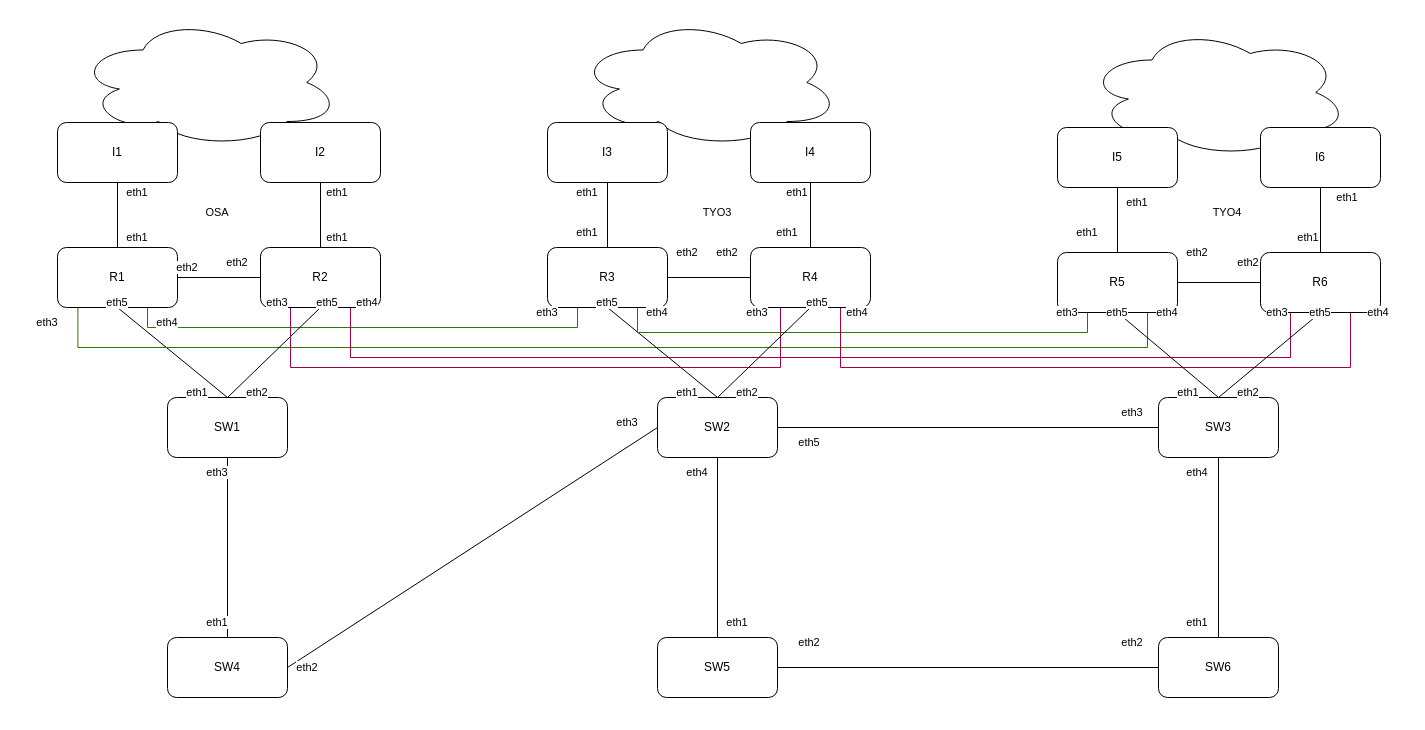
This is FULL_INTERNET/Diagram.drawio from jiegitrepo/network_container_lab, a draw.io file, before an edit. Source tidied: cells renumbered, new cells numbered last; positions are measured from the earlier drawing's top-left corner, leaving out a move shared by most shapes. Both pictures are drawn from the tidied source at 100%, with x=0, y=0 at pixel (17, 17).
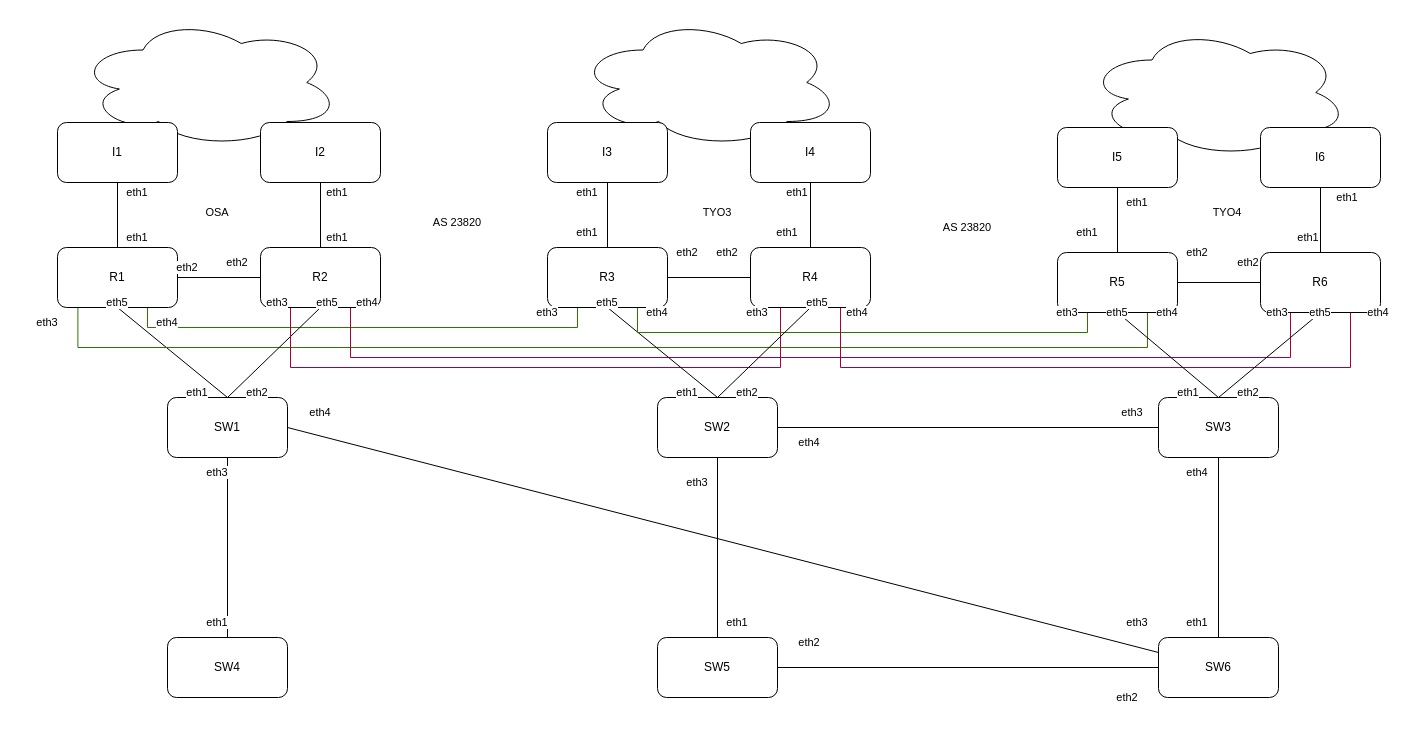
The same page after the edit.

The change refers to these unchanged cells:
```xml
<mxCell id="12" value="SW4" style="rounded=1;whiteSpace=wrap;html=1;" parent="1" vertex="1">
  <mxGeometry x="150" y="620" width="120" height="60" as="geometry" />
</mxCell>
<mxCell id="14" value="SW1" style="rounded=1;whiteSpace=wrap;html=1;" parent="1" vertex="1">
  <mxGeometry x="150" y="380" width="120" height="60" as="geometry" />
</mxCell>
<mxCell id="24" value="SW2" style="rounded=1;whiteSpace=wrap;html=1;" parent="1" vertex="1">
  <mxGeometry x="640" y="380" width="120" height="60" as="geometry" />
</mxCell>
<mxCell id="34" value="SW6" style="rounded=1;whiteSpace=wrap;html=1;" parent="1" vertex="1">
  <mxGeometry x="1141" y="620" width="120" height="60" as="geometry" />
</mxCell>
```

Diff of the diagram source:
```diff
@@
-    <mxCell id="11" style="edgeStyle=none;shape=connector;rounded=0;jettySize=auto;html=1;exitX=1;exitY=0.5;exitDx=0;exitDy=0;entryX=0;entryY=0.5;entryDx=0;entryDy=0;strokeColor=default;align=center;verticalAlign=middle;fontFamily=Helvetica;fontSize=11;fontColor=default;labelBackgroundColor=default;endArrow=none;endFill=0;" parent="1" edge="1" source="12" target="24">
-      <mxGeometry relative="1" as="geometry" />
-    </mxCell>
@@
+    <mxCell id="107" style="shape=connector;rounded=0;jettySize=auto;html=1;exitX=1;exitY=0.5;exitDx=0;exitDy=0;strokeColor=default;align=center;verticalAlign=middle;fontFamily=Helvetica;fontSize=11;fontColor=default;labelBackgroundColor=default;endArrow=none;endFill=0;entryX=0;entryY=0.25;entryDx=0;entryDy=0;" parent="1" edge="1" source="14" target="34">
+      <mxGeometry relative="1" as="geometry" />
+    </mxCell>
@@
-    <mxCell id="80" value="eth4" style="text;html=1;whiteSpace=wrap;strokeColor=none;fillColor=none;align=center;verticalAlign=middle;rounded=0;fontFamily=Helvetica;fontSize=11;fontColor=default;labelBackgroundColor=default;rotation=0;" parent="1" vertex="1">
-      <mxGeometry x="650" y="440" width="60" height="30" as="geometry" />
-    </mxCell>
@@
-    <mxCell id="97" value="eth2" style="text;html=1;whiteSpace=wrap;strokeColor=none;fillColor=none;align=center;verticalAlign=middle;rounded=0;fontFamily=Helvetica;fontSize=11;fontColor=default;labelBackgroundColor=default;" parent="1" vertex="1">
-      <mxGeometry x="260" y="635" width="60" height="30" as="geometry" />
-    </mxCell>
     <mxCell id="98" value="eth3" style="text;html=1;whiteSpace=wrap;strokeColor=none;fillColor=none;align=center;verticalAlign=middle;rounded=0;fontFamily=Helvetica;fontSize=11;fontColor=default;labelBackgroundColor=default;" parent="1" vertex="1">
-      <mxGeometry x="580" y="390" width="60" height="30" as="geometry" />
+      <mxGeometry x="650" y="450" width="60" height="30" as="geometry" />
     </mxCell>
@@
-    <mxCell id="101" value="eth5" style="text;html=1;whiteSpace=wrap;strokeColor=none;fillColor=none;align=center;verticalAlign=middle;rounded=0;fontFamily=Helvetica;fontSize=11;fontColor=default;labelBackgroundColor=default;rotation=0;" parent="1" vertex="1">
+    <mxCell id="101" value="eth4" style="text;html=1;whiteSpace=wrap;strokeColor=none;fillColor=none;align=center;verticalAlign=middle;rounded=0;fontFamily=Helvetica;fontSize=11;fontColor=default;labelBackgroundColor=default;rotation=0;" parent="1" vertex="1">
       <mxGeometry x="762" y="410" width="60" height="30" as="geometry" />
     </mxCell>
@@
     <mxCell id="105" value="eth2" style="text;html=1;whiteSpace=wrap;strokeColor=none;fillColor=none;align=center;verticalAlign=middle;rounded=0;fontFamily=Helvetica;fontSize=11;fontColor=default;labelBackgroundColor=default;" parent="1" vertex="1">
-      <mxGeometry x="1085" y="610" width="60" height="30" as="geometry" />
+      <mxGeometry x="1080" y="665" width="60" height="30" as="geometry" />
     </mxCell>
@@
+    <mxCell id="108" value="AS 23820" style="text;html=1;whiteSpace=wrap;strokeColor=none;fillColor=none;align=center;verticalAlign=middle;rounded=0;fontFamily=Helvetica;fontSize=11;fontColor=default;labelBackgroundColor=default;" parent="1" vertex="1">
+      <mxGeometry x="410" y="190" width="60" height="30" as="geometry" />
+    </mxCell>
+    <mxCell id="109" value="AS 23820" style="text;html=1;whiteSpace=wrap;strokeColor=none;fillColor=none;align=center;verticalAlign=middle;rounded=0;fontFamily=Helvetica;fontSize=11;fontColor=default;labelBackgroundColor=default;" parent="1" vertex="1">
+      <mxGeometry x="920" y="195" width="60" height="30" as="geometry" />
+    </mxCell>
+    <mxCell id="80" value="eth4" style="text;html=1;whiteSpace=wrap;strokeColor=none;fillColor=none;align=center;verticalAlign=middle;rounded=0;fontFamily=Helvetica;fontSize=11;fontColor=default;labelBackgroundColor=default;rotation=0;" parent="1" vertex="1">
+      <mxGeometry x="273" y="380" width="60" height="30" as="geometry" />
+    </mxCell>
+    <mxCell id="110" value="eth3" style="text;html=1;whiteSpace=wrap;strokeColor=none;fillColor=none;align=center;verticalAlign=middle;rounded=0;fontFamily=Helvetica;fontSize=11;fontColor=default;labelBackgroundColor=default;" parent="1" vertex="1">
+      <mxGeometry x="1090" y="590" width="60" height="30" as="geometry" />
+    </mxCell>
```
